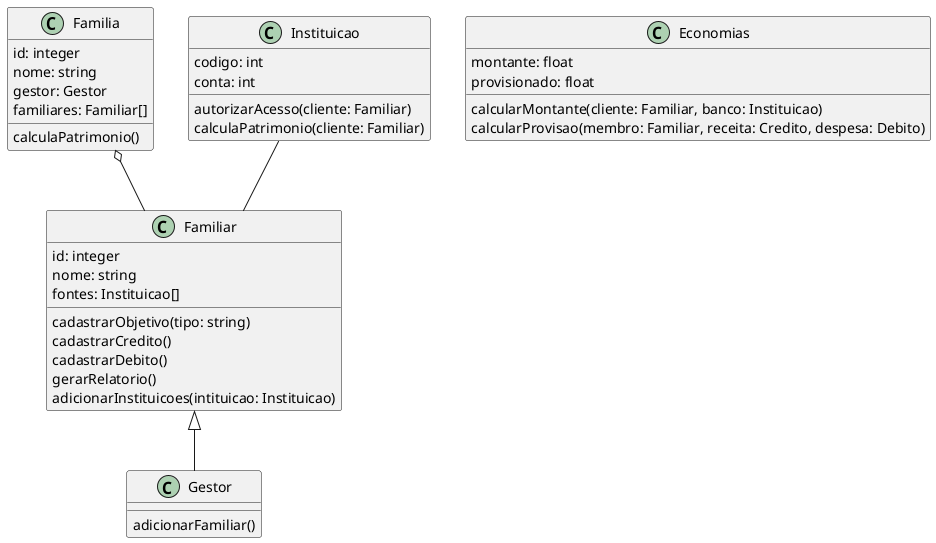
Earlier version of the PlantUML export diagramas/classe.png (hmccl/ynab).
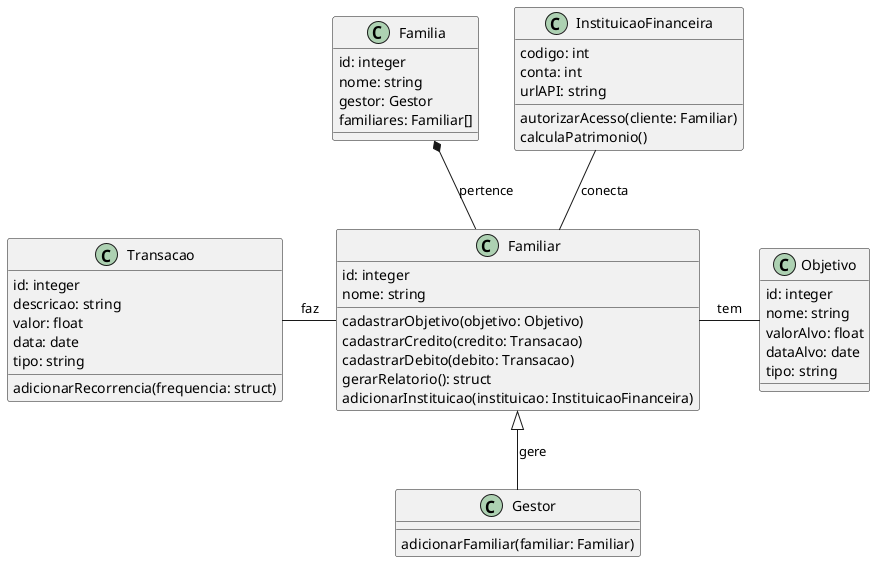
After the commit.

Commit message:
Finaliza diagrama de classe

Diff of the diagram source:
```diff
@@ -5,40 +5,51 @@
     nome: string
     gestor: Gestor
     familiares: Familiar[]
-    calculaPatrimonio()
 }
 
 class Familiar {
     id: integer
     nome: string
-    fontes: Instituicao[]
-    cadastrarObjetivo(tipo: string)
-    cadastrarCredito()
-    cadastrarDebito()
-    gerarRelatorio()
-    adicionarInstituicoes(intituicao: Instituicao)
+    cadastrarObjetivo(objetivo: Objetivo)
+    cadastrarCredito(credito: Transacao)
+    cadastrarDebito(debito: Transacao)
+    gerarRelatorio(): struct
+    adicionarInstituicao(instituicao: InstituicaoFinanceira)
 }
 
 class Gestor {
-    adicionarFamiliar()
+    adicionarFamiliar(familiar: Familiar)
 }
 
-class Instituicao {
+class InstituicaoFinanceira {
     codigo: int
     conta: int
+    urlAPI: string
     autorizarAcesso(cliente: Familiar)
-    calculaPatrimonio(cliente: Familiar)
+    calculaPatrimonio()
 }
 
-class Economias {
-    montante: float
-    provisionado: float
-    calcularMontante(cliente: Familiar, banco: Instituicao)
-    calcularProvisao(membro: Familiar, receita: Credito, despesa: Debito)
+class Objetivo {
+    id: integer
+    nome: string
+    valorAlvo: float
+    dataAlvo: date
+    tipo: string
 }
 
-Familia o-- Familiar
-Familiar <|-- Gestor
-Instituicao -- Familiar
+class Transacao {
+    id: integer
+    descricao: string
+    valor: float
+    data: date
+    tipo: string
+    adicionarRecorrencia(frequencia: struct)
+}
+
+Familia *-- Familiar : pertence
+Familiar <|-- Gestor : gere
+Familiar -right- Objetivo : tem
+Familiar -left- Transacao : faz
+InstituicaoFinanceira -- Familiar : conecta
 
 @enduml
```
